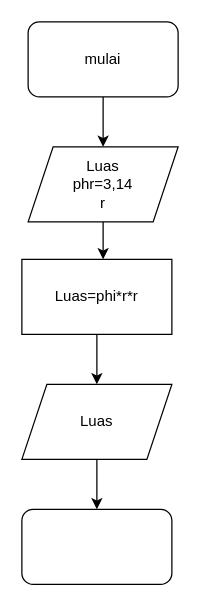
The draw.io diagram menghitung luas lingkaran.drawio in wiwinsumbawa/algo_C_23241099, before the edit. Source tidied: cells renumbered, new cells numbered last; positions are measured from the earlier drawing's top-left corner, leaving out a move shared by most shapes. Both pictures are drawn from the tidied source at 125%, with x=0, y=0 at pixel (21, 21).
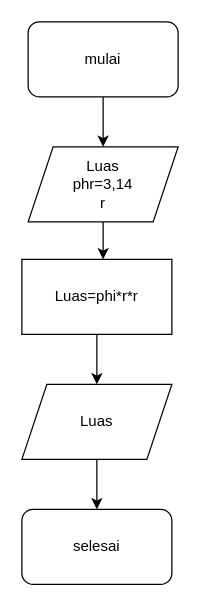
After the change.

What changed in the source:
```diff
@@
 <mxGraphModel>
   <root>
     <mxCell id="0" />
     <mxCell id="1" parent="0" />
     <mxCell id="2" value="mulai" style="rounded=1;whiteSpace=wrap;html=1;" parent="1" vertex="1">
       <mxGeometry x="5" width="120" height="60" as="geometry" />
     </mxCell>
     <mxCell id="3" value="&lt;div&gt;Luas=phi*r*r&lt;/div&gt;" style="rounded=0;whiteSpace=wrap;html=1;" parent="1" vertex="1">
       <mxGeometry y="190" width="120" height="60" as="geometry" />
     </mxCell>
     <mxCell id="4" value="Luas" style="shape=parallelogram;perimeter=parallelogramPerimeter;whiteSpace=wrap;html=1;fixedSize=1;" parent="1" vertex="1">
       <mxGeometry y="290" width="120" height="60" as="geometry" />
     </mxCell>
-    <mxCell id="5" style="rounded=1;whiteSpace=wrap;html=1;" parent="1" vertex="1">
+    <mxCell id="5" value="selesai" style="rounded=1;whiteSpace=wrap;html=1;" parent="1" vertex="1">
       <mxGeometry y="390" width="120" height="60" as="geometry" />
     </mxCell>
     <mxCell id="6" value="&lt;div&gt;Luas&lt;/div&gt;&lt;div&gt;phr=3,14&lt;/div&gt;&lt;div&gt;r&lt;br&gt;&lt;/div&gt;" style="shape=parallelogram;perimeter=parallelogramPerimeter;whiteSpace=wrap;html=1;fixedSize=1;" parent="1" vertex="1">
       <mxGeometry x="5" y="100" width="120" height="60" as="geometry" />
     </mxCell>
     <mxCell id="7" style="endArrow=classic;html=1;rounded=0;exitX=0.5;exitY=1;exitDx=0;exitDy=0;entryX=0.5;entryY=0;entryDx=0;entryDy=0;" parent="1" edge="1" source="2" target="6">
       <mxGeometry relative="1" as="geometry" />
     </mxCell>
     <mxCell id="8" style="endArrow=classic;html=1;rounded=0;exitX=0.5;exitY=1;exitDx=0;exitDy=0;" parent="1" edge="1" source="6">
       <mxGeometry relative="1" as="geometry">
         <mxPoint x="65" y="190" as="targetPoint" />
       </mxGeometry>
     </mxCell>
     <mxCell id="9" style="endArrow=classic;html=1;rounded=0;exitX=0.5;exitY=1;exitDx=0;exitDy=0;entryX=0.5;entryY=0;entryDx=0;entryDy=0;" parent="1" edge="1" source="3" target="4">
       <mxGeometry relative="1" as="geometry" />
     </mxCell>
     <mxCell id="10" style="endArrow=classic;html=1;rounded=0;exitX=0.5;exitY=1;exitDx=0;exitDy=0;" parent="1" edge="1" source="4" target="5">
       <mxGeometry relative="1" as="geometry" />
     </mxCell>
   </root>
 </mxGraphModel>
```
